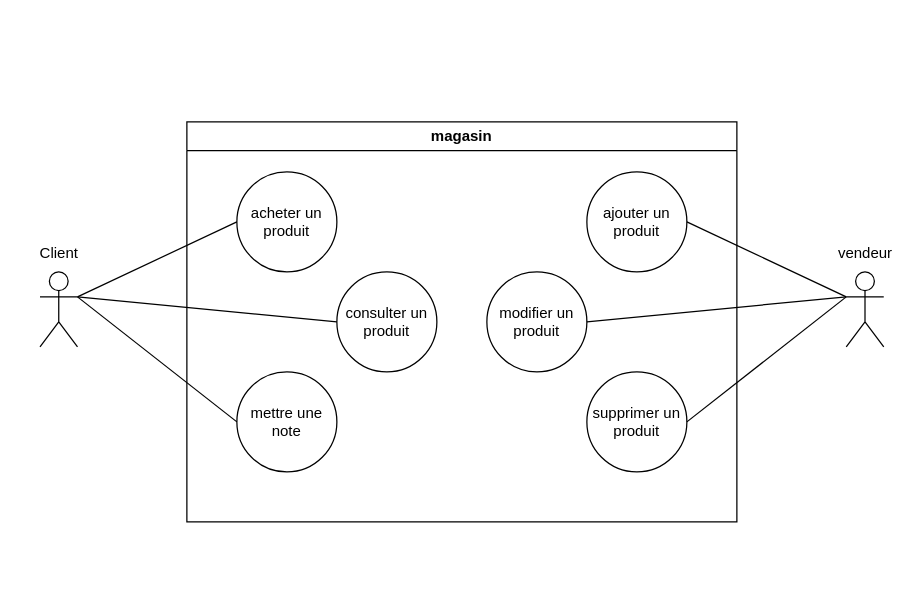
Before: Diagramme/Diagramme de cas.drawio in jgruber06/magasin, a draw.io diagram. Source tidied: cells renumbered, new cells numbered last; positions are measured from the earlier drawing's top-left corner, leaving out a move shared by most shapes. Both pictures are drawn from the tidied source at 125%, with x=0, y=0 at pixel (21, 121).
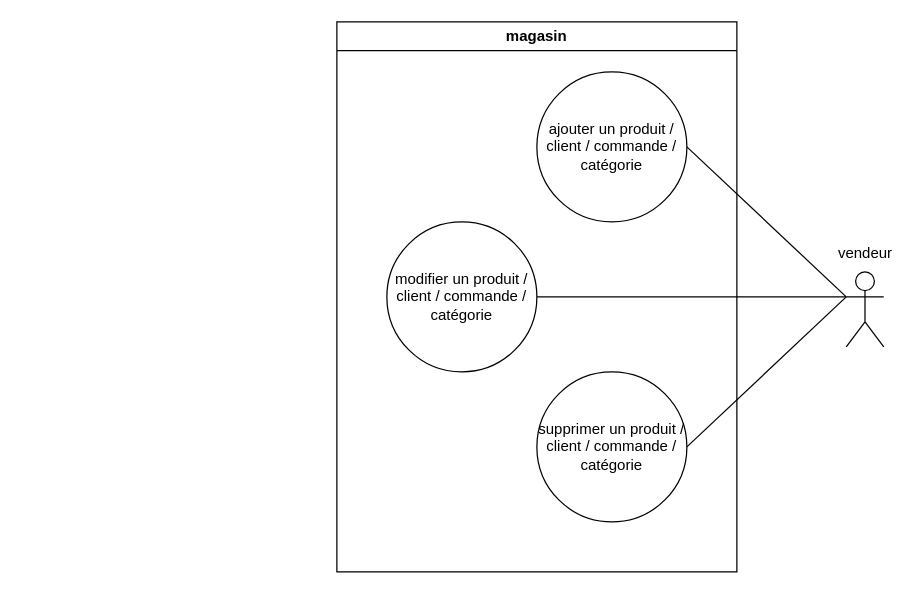
The same diagram, later.

Commit message:
update diagramme de cas

Change to the diagram source:
```diff
@@
 <mxGraphModel>
   <root>
     <mxCell id="0" />
     <mxCell id="1" parent="0" />
     <mxCell id="2" value="magasin" style="swimlane;whiteSpace=wrap;html=1;startSize=23;" parent="1" vertex="1">
-      <mxGeometry x="132" width="440" height="320" as="geometry" />
+      <mxGeometry x="252" y="-80" width="320" height="440" as="geometry" />
     </mxCell>
-    <mxCell id="3" value="acheter un produit" style="ellipse;whiteSpace=wrap;html=1;shapeInside=1;" parent="2" vertex="1">
-      <mxGeometry x="40" y="40" width="80" height="80" as="geometry" />
-    </mxCell>
-    <mxCell id="4" value="mettre une note" style="ellipse;whiteSpace=wrap;html=1;shapeInside=1;" parent="2" vertex="1">
-      <mxGeometry x="40" y="200" width="80" height="80" as="geometry" />
-    </mxCell>
-    <mxCell id="5" value="&lt;span style=&quot;text-decoration-line: inherit; background-color: transparent; color: light-dark(rgb(0, 0, 0), rgb(255, 255, 255));&quot;&gt;consulter un produit&lt;/span&gt;" style="ellipse;whiteSpace=wrap;html=1;shapeInside=1;" parent="2" vertex="1">
-      <mxGeometry x="120" y="120" width="80" height="80" as="geometry" />
-    </mxCell>
-    <mxCell id="6" value="supprimer un produit" style="ellipse;whiteSpace=wrap;html=1;shapeInside=1;" parent="2" vertex="1">
-      <mxGeometry x="320" y="200" width="80" height="80" as="geometry" />
+    <mxCell id="6" value="supprimer un produit / client / commande / catégorie" style="ellipse;whiteSpace=wrap;html=1;shapeInside=1;" parent="2" vertex="1">
+      <mxGeometry x="160" y="280" width="120" height="120" as="geometry" />
     </mxCell>
-    <mxCell id="7" value="modifier un produit" style="ellipse;whiteSpace=wrap;html=1;shapeInside=1;" parent="2" vertex="1">
-      <mxGeometry x="240" y="120" width="80" height="80" as="geometry" />
+    <mxCell id="7" value="modifier un&amp;nbsp;&lt;span style=&quot;background-color: transparent; color: light-dark(rgb(0, 0, 0), rgb(255, 255, 255));&quot;&gt;produit / client / commande / catégorie&lt;/span&gt;" style="ellipse;whiteSpace=wrap;html=1;shapeInside=1;" parent="2" vertex="1">
+      <mxGeometry x="40" y="160" width="120" height="120" as="geometry" />
     </mxCell>
-    <mxCell id="8" value="ajouter un produit" style="ellipse;whiteSpace=wrap;html=1;shapeInside=1;" parent="2" vertex="1">
-      <mxGeometry x="320" y="40" width="80" height="80" as="geometry" />
+    <mxCell id="8" value="ajouter un&amp;nbsp;&lt;span style=&quot;background-color: transparent; color: light-dark(rgb(0, 0, 0), rgb(255, 255, 255));&quot;&gt;produit / client / commande / catégorie&lt;/span&gt;" style="ellipse;whiteSpace=wrap;html=1;shapeInside=1;" parent="2" vertex="1">
+      <mxGeometry x="160" y="40" width="120" height="120" as="geometry" />
     </mxCell>
-    <mxCell id="9" style="shape=umlActor;verticalLabelPosition=bottom;verticalAlign=top;html=1;outlineConnect=0;" parent="1" vertex="1">
-      <mxGeometry x="14.5" y="120" width="30" height="60" as="geometry" />
-    </mxCell>
-    <mxCell id="10" value="Client" style="text;html=1;whiteSpace=wrap;strokeColor=none;fillColor=none;align=center;verticalAlign=middle;rounded=0;" parent="1" vertex="1">
-      <mxGeometry x="-0.5" y="90" width="60" height="30" as="geometry" />
-    </mxCell>
     <mxCell id="11" style="shape=umlActor;verticalLabelPosition=bottom;verticalAlign=top;html=1;outlineConnect=0;" parent="1" vertex="1">
       <mxGeometry x="659.5" y="120" width="30" height="60" as="geometry" />
     </mxCell>
     <mxCell id="12" value="vendeur" style="text;html=1;whiteSpace=wrap;strokeColor=none;fillColor=none;align=center;verticalAlign=middle;rounded=0;" parent="1" vertex="1">
       <mxGeometry x="644.5" y="90" width="60" height="30" as="geometry" />
     </mxCell>
-    <mxCell id="13" style="endArrow=none;html=1;rounded=0;exitX=1;exitY=0.3333333333333333;exitDx=0;exitDy=0;exitPerimeter=0;entryX=0;entryY=0.5;entryDx=0;entryDy=0;" parent="1" edge="1" source="9" target="4">
-      <mxGeometry relative="1" as="geometry" />
-    </mxCell>
-    <mxCell id="14" style="endArrow=none;html=1;rounded=0;exitX=1;exitY=0.3333333333333333;exitDx=0;exitDy=0;exitPerimeter=0;entryX=0;entryY=0.5;entryDx=0;entryDy=0;" parent="1" edge="1" source="9" target="5">
-      <mxGeometry relative="1" as="geometry" />
-    </mxCell>
-    <mxCell id="15" style="endArrow=none;html=1;rounded=0;exitX=1;exitY=0.3333333333333333;exitDx=0;exitDy=0;exitPerimeter=0;entryX=0;entryY=0.5;entryDx=0;entryDy=0;" parent="1" edge="1" source="9" target="3">
-      <mxGeometry relative="1" as="geometry" />
-    </mxCell>
     <mxCell id="16" style="endArrow=none;html=1;rounded=0;exitX=1;exitY=0.5;exitDx=0;exitDy=0;entryX=0;entryY=0.3333333333333333;entryDx=0;entryDy=0;entryPerimeter=0;" parent="1" edge="1" source="6" target="11">
       <mxGeometry relative="1" as="geometry" />
     </mxCell>
     <mxCell id="17" style="endArrow=none;html=1;rounded=0;exitX=1;exitY=0.5;exitDx=0;exitDy=0;entryX=0;entryY=0.3333333333333333;entryDx=0;entryDy=0;entryPerimeter=0;" parent="1" edge="1" source="7" target="11">
       <mxGeometry relative="1" as="geometry" />
     </mxCell>
     <mxCell id="18" style="endArrow=none;html=1;rounded=0;exitX=1;exitY=0.5;exitDx=0;exitDy=0;entryX=0;entryY=0.3333333333333333;entryDx=0;entryDy=0;entryPerimeter=0;" parent="1" edge="1" source="8" target="11">
       <mxGeometry relative="1" as="geometry" />
     </mxCell>
   </root>
 </mxGraphModel>
```
